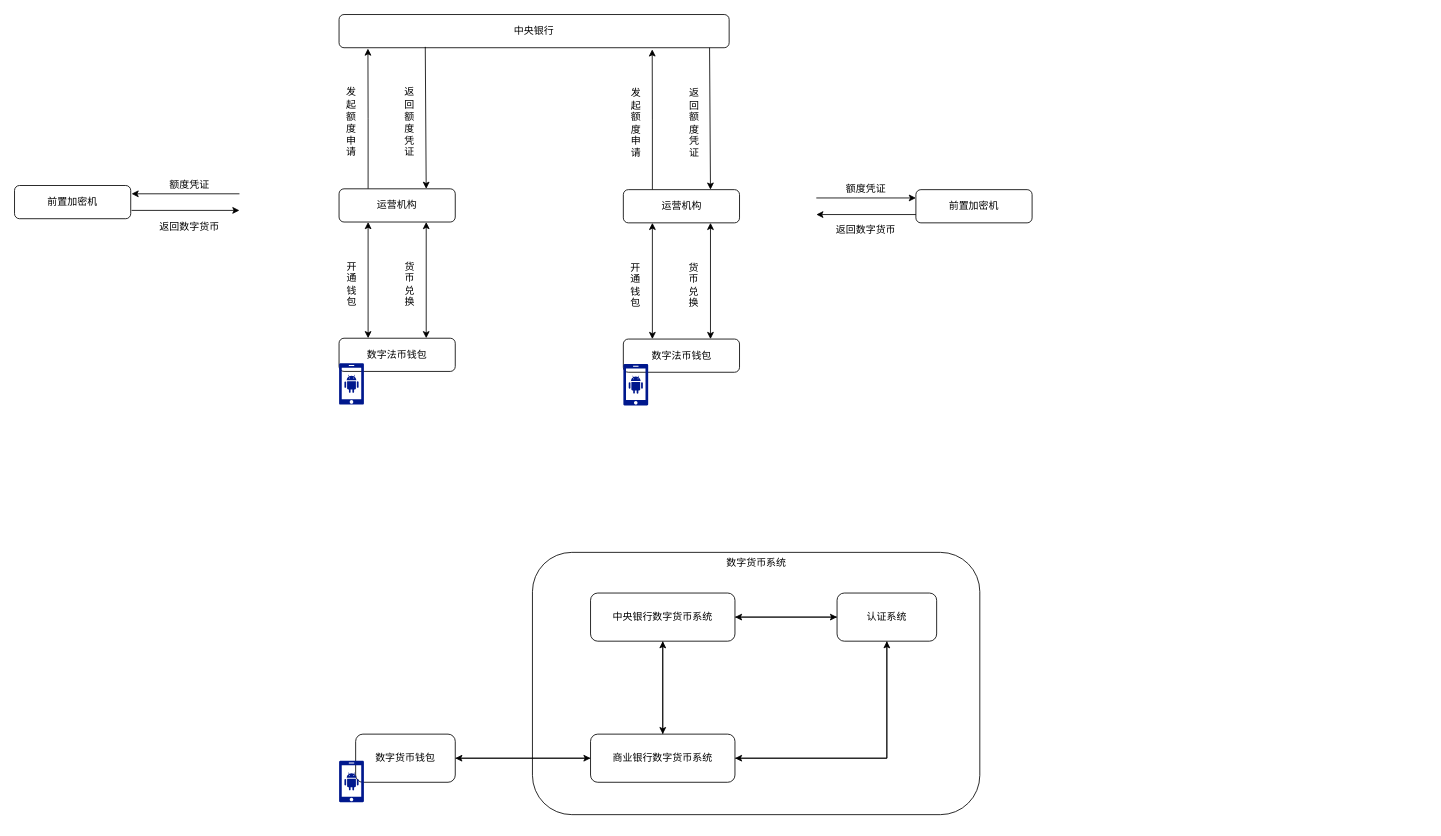
Above: 数字法币.drawio in jxu86/project-uml (draw.io), before the change. Source tidied: cells renumbered, new cells numbered last; positions are measured from the earlier drawing's top-left corner, leaving out a move shared by most shapes. Both pictures are drawn from the tidied source at 83%, with x=0, y=0 at pixel (14, 14).
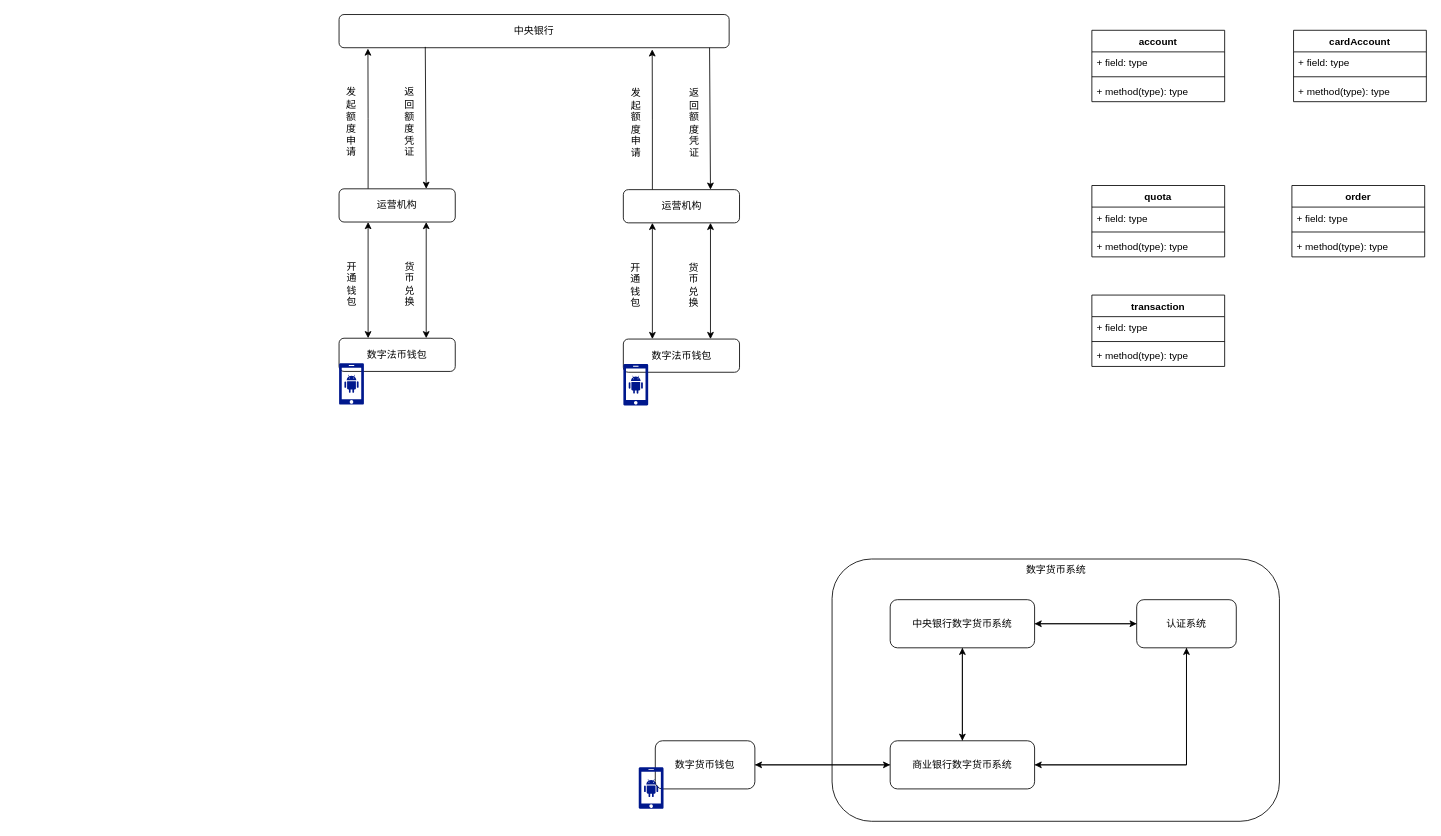
Above is the later version.

What changed in the source:
```diff
@@
+    <mxCell id="50" value="cardAccount" style="swimlane;fontStyle=1;align=center;verticalAlign=top;horizontal=1;startSize=26;" parent="1" vertex="1">
+      <mxGeometry x="1541" y="19" width="160" height="86" as="geometry" />
+    </mxCell>
+    <mxCell id="51" value="+ field: type" style="text;strokeColor=none;fillColor=none;align=left;verticalAlign=top;spacingLeft=4;spacingRight=4;overflow=hidden;" parent="50" vertex="1">
+      <mxGeometry y="26" width="160" height="26" as="geometry" />
+    </mxCell>
+    <mxCell id="52" style="line;strokeWidth=1;fillColor=none;align=left;verticalAlign=middle;spacingTop=-1;spacingLeft=3;spacingRight=3;labelPosition=right;" parent="50" vertex="1">
+      <mxGeometry y="52" width="160" height="8" as="geometry" />
+    </mxCell>
+    <mxCell id="53" value="+ method(type): type" style="text;strokeColor=none;fillColor=none;align=left;verticalAlign=top;spacingLeft=4;spacingRight=4;overflow=hidden;" parent="50" vertex="1">
+      <mxGeometry y="60" width="160" height="26" as="geometry" />
+    </mxCell>
     <mxCell id="2" style="rounded=1;whiteSpace=wrap;html=1;" parent="1" vertex="1">
-      <mxGeometry x="624" y="648" width="539" height="316" as="geometry" />
+      <mxGeometry x="985" y="656" width="539" height="316" as="geometry" />
     </mxCell>
@@
-    <mxCell id="6" value="前置加密机" style="rounded=1;whiteSpace=wrap;html=1;" parent="1" vertex="1">
-      <mxGeometry y="206" width="140" height="40" as="geometry" />
-    </mxCell>
@@
-    <mxCell id="15" style="endArrow=classic;html=1;exitX=0;exitY=0.25;exitDx=0;exitDy=0;entryX=1;entryY=0.25;entryDx=0;entryDy=0;" parent="1" edge="1">
-      <mxGeometry relative="1" as="geometry">
-        <mxPoint x="271" y="216" as="sourcePoint" />
-        <mxPoint x="141" y="216" as="targetPoint" />
-      </mxGeometry>
-    </mxCell>
-    <mxCell id="16" style="endArrow=classic;html=1;exitX=1;exitY=0.75;exitDx=0;exitDy=0;entryX=0;entryY=0.75;entryDx=0;entryDy=0;" parent="1" edge="1">
-      <mxGeometry relative="1" as="geometry">
-        <mxPoint x="141" y="236" as="sourcePoint" />
-        <mxPoint x="271" y="236" as="targetPoint" />
-      </mxGeometry>
-    </mxCell>
-    <mxCell id="17" value="额度凭证" style="text;html=1;strokeColor=none;fillColor=none;align=center;verticalAlign=middle;whiteSpace=wrap;rounded=0;" parent="1" vertex="1">
-      <mxGeometry x="181" y="196" width="60" height="20" as="geometry" />
-    </mxCell>
-    <mxCell id="18" value="返回数字货币" style="text;html=1;strokeColor=none;fillColor=none;align=center;verticalAlign=middle;whiteSpace=wrap;rounded=0;" parent="1" vertex="1">
-      <mxGeometry x="171" y="246" width="80" height="20" as="geometry" />
-    </mxCell>
@@
-    <mxCell id="22" value="前置加密机" style="rounded=1;whiteSpace=wrap;html=1;" parent="1" vertex="1">
-      <mxGeometry x="1086" y="211" width="140" height="40" as="geometry" />
-    </mxCell>
@@
-    <mxCell id="31" style="endArrow=classic;html=1;" parent="1" edge="1">
-      <mxGeometry relative="1" as="geometry">
-        <mxPoint x="966" y="221" as="sourcePoint" />
-        <mxPoint x="1086" y="221" as="targetPoint" />
-      </mxGeometry>
-    </mxCell>
-    <mxCell id="32" style="endArrow=classic;html=1;" parent="1" edge="1">
-      <mxGeometry relative="1" as="geometry">
-        <mxPoint x="1086" y="241" as="sourcePoint" />
-        <mxPoint x="966" y="241" as="targetPoint" />
-      </mxGeometry>
-    </mxCell>
-    <mxCell id="33" value="额度凭证" style="text;html=1;strokeColor=none;fillColor=none;align=center;verticalAlign=middle;whiteSpace=wrap;rounded=0;" parent="1" vertex="1">
-      <mxGeometry x="996" y="200" width="60" height="20" as="geometry" />
-    </mxCell>
-    <mxCell id="34" value="返回数字货币" style="text;html=1;strokeColor=none;fillColor=none;align=center;verticalAlign=middle;whiteSpace=wrap;rounded=0;" parent="1" vertex="1">
-      <mxGeometry x="986" y="250" width="80" height="20" as="geometry" />
-    </mxCell>
@@
     <mxCell id="38" value="中央银行数字货币系统" style="rounded=1;whiteSpace=wrap;html=1;" parent="1" vertex="1">
-      <mxGeometry x="694" y="697" width="174" height="58" as="geometry" />
+      <mxGeometry x="1055" y="705" width="174" height="58" as="geometry" />
     </mxCell>
@@
+    <mxCell id="54" value="quota" style="swimlane;fontStyle=1;align=center;verticalAlign=top;horizontal=1;startSize=26;" parent="1" vertex="1">
+      <mxGeometry x="1298" y="206" width="160" height="86" as="geometry" />
+    </mxCell>
+    <mxCell id="55" value="+ field: type" style="text;strokeColor=none;fillColor=none;align=left;verticalAlign=top;spacingLeft=4;spacingRight=4;overflow=hidden;" parent="54" vertex="1">
+      <mxGeometry y="26" width="160" height="26" as="geometry" />
+    </mxCell>
+    <mxCell id="56" style="line;strokeWidth=1;fillColor=none;align=left;verticalAlign=middle;spacingTop=-1;spacingLeft=3;spacingRight=3;labelPosition=right;" parent="54" vertex="1">
+      <mxGeometry y="52" width="160" height="8" as="geometry" />
+    </mxCell>
+    <mxCell id="57" value="+ method(type): type" style="text;strokeColor=none;fillColor=none;align=left;verticalAlign=top;spacingLeft=4;spacingRight=4;overflow=hidden;" parent="54" vertex="1">
+      <mxGeometry y="60" width="160" height="26" as="geometry" />
+    </mxCell>
+    <mxCell id="58" value="order" style="swimlane;fontStyle=1;align=center;verticalAlign=top;horizontal=1;startSize=26;" parent="1" vertex="1">
+      <mxGeometry x="1539" y="206" width="160" height="86" as="geometry" />
+    </mxCell>
+    <mxCell id="59" value="+ field: type" style="text;strokeColor=none;fillColor=none;align=left;verticalAlign=top;spacingLeft=4;spacingRight=4;overflow=hidden;" parent="58" vertex="1">
+      <mxGeometry y="26" width="160" height="26" as="geometry" />
+    </mxCell>
+    <mxCell id="60" style="line;strokeWidth=1;fillColor=none;align=left;verticalAlign=middle;spacingTop=-1;spacingLeft=3;spacingRight=3;labelPosition=right;" parent="58" vertex="1">
+      <mxGeometry y="52" width="160" height="8" as="geometry" />
+    </mxCell>
+    <mxCell id="61" value="+ method(type): type" style="text;strokeColor=none;fillColor=none;align=left;verticalAlign=top;spacingLeft=4;spacingRight=4;overflow=hidden;" parent="58" vertex="1">
+      <mxGeometry y="60" width="160" height="26" as="geometry" />
+    </mxCell>
     <mxCell id="42" value="商业银行数字货币系统" style="rounded=1;whiteSpace=wrap;html=1;" parent="1" vertex="1">
-      <mxGeometry x="694" y="867" width="174" height="58" as="geometry" />
+      <mxGeometry x="1055" y="875" width="174" height="58" as="geometry" />
     </mxCell>
@@
     <mxCell id="45" value="认证系统" style="rounded=1;whiteSpace=wrap;html=1;" parent="1" vertex="1">
-      <mxGeometry x="991" y="697" width="120" height="58" as="geometry" />
+      <mxGeometry x="1352" y="705" width="120" height="58" as="geometry" />
     </mxCell>
@@
     <mxCell id="47" value="数字货币钱包" style="rounded=1;whiteSpace=wrap;html=1;" parent="1" vertex="1">
-      <mxGeometry x="411" y="867" width="120" height="58" as="geometry" />
+      <mxGeometry x="772" y="875" width="120" height="58" as="geometry" />
     </mxCell>
     <mxCell id="48" style="shadow=0;dashed=0;html=1;strokeColor=none;labelPosition=center;verticalLabelPosition=bottom;verticalAlign=top;align=center;fillColor=#00188D;shape=mxgraph.mscae.enterprise.android_phone;" parent="1" vertex="1">
-      <mxGeometry x="391" y="899" width="30" height="50" as="geometry" />
+      <mxGeometry x="752" y="907" width="30" height="50" as="geometry" />
     </mxCell>
     <mxCell id="49" value="数字货币系统" style="text;html=1;strokeColor=none;fillColor=none;align=center;verticalAlign=middle;whiteSpace=wrap;rounded=0;" parent="1" vertex="1">
-      <mxGeometry x="856.5" y="651" width="74" height="19" as="geometry" />
+      <mxGeometry x="1217.5" y="659" width="74" height="19" as="geometry" />
     </mxCell>
+    <mxCell id="62" value="account" style="swimlane;fontStyle=1;align=center;verticalAlign=top;horizontal=1;startSize=26;" parent="1" vertex="1">
+      <mxGeometry x="1298" y="19" width="160" height="86" as="geometry" />
+    </mxCell>
+    <mxCell id="63" value="+ field: type" style="text;strokeColor=none;fillColor=none;align=left;verticalAlign=top;spacingLeft=4;spacingRight=4;overflow=hidden;" parent="62" vertex="1">
+      <mxGeometry y="26" width="160" height="26" as="geometry" />
+    </mxCell>
+    <mxCell id="64" style="line;strokeWidth=1;fillColor=none;align=left;verticalAlign=middle;spacingTop=-1;spacingLeft=3;spacingRight=3;labelPosition=right;" parent="62" vertex="1">
+      <mxGeometry y="52" width="160" height="8" as="geometry" />
+    </mxCell>
+    <mxCell id="65" value="+ method(type): type" style="text;strokeColor=none;fillColor=none;align=left;verticalAlign=top;spacingLeft=4;spacingRight=4;overflow=hidden;" parent="62" vertex="1">
+      <mxGeometry y="60" width="160" height="26" as="geometry" />
+    </mxCell>
+    <mxCell id="66" value="transaction" style="swimlane;fontStyle=1;align=center;verticalAlign=top;horizontal=1;startSize=26;" parent="1" vertex="1">
+      <mxGeometry x="1298" y="338" width="160" height="86" as="geometry" />
+    </mxCell>
+    <mxCell id="67" value="+ field: type" style="text;strokeColor=none;fillColor=none;align=left;verticalAlign=top;spacingLeft=4;spacingRight=4;overflow=hidden;" parent="66" vertex="1">
+      <mxGeometry y="26" width="160" height="26" as="geometry" />
+    </mxCell>
+    <mxCell id="68" style="line;strokeWidth=1;fillColor=none;align=left;verticalAlign=middle;spacingTop=-1;spacingLeft=3;spacingRight=3;labelPosition=right;" parent="66" vertex="1">
+      <mxGeometry y="52" width="160" height="8" as="geometry" />
+    </mxCell>
+    <mxCell id="69" value="+ method(type): type" style="text;strokeColor=none;fillColor=none;align=left;verticalAlign=top;spacingLeft=4;spacingRight=4;overflow=hidden;" parent="66" vertex="1">
+      <mxGeometry y="60" width="160" height="26" as="geometry" />
+    </mxCell>
```
